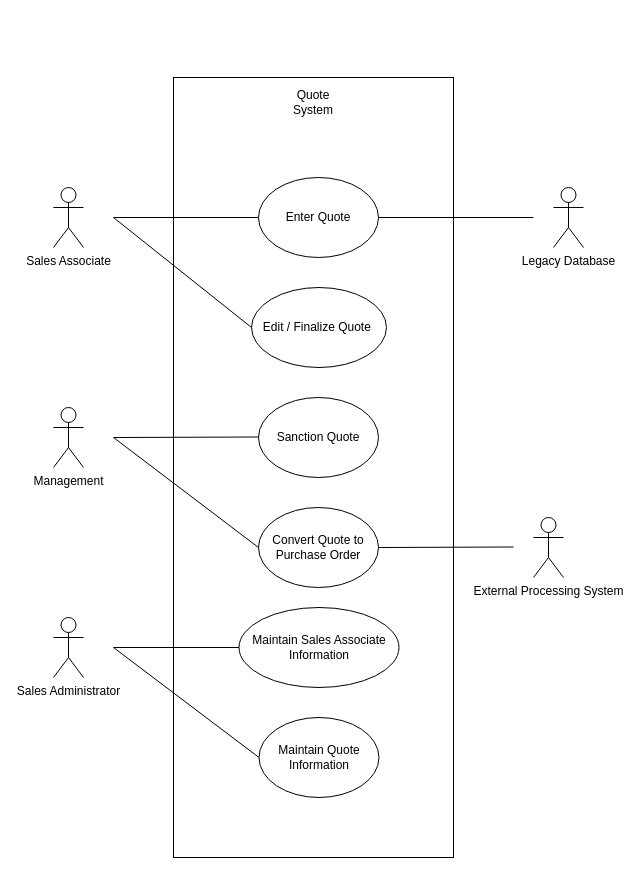
Earlier version of the draw.io diagram docs/usecasediagram.drawio (helloalexpeterson/467-Quote-Project). Source tidied: cells renumbered, new cells numbered last; positions are measured from the earlier drawing's top-left corner, leaving out a move shared by most shapes. Both pictures are drawn from the tidied source at 100%, with x=0, y=0 at pixel (53, 77).
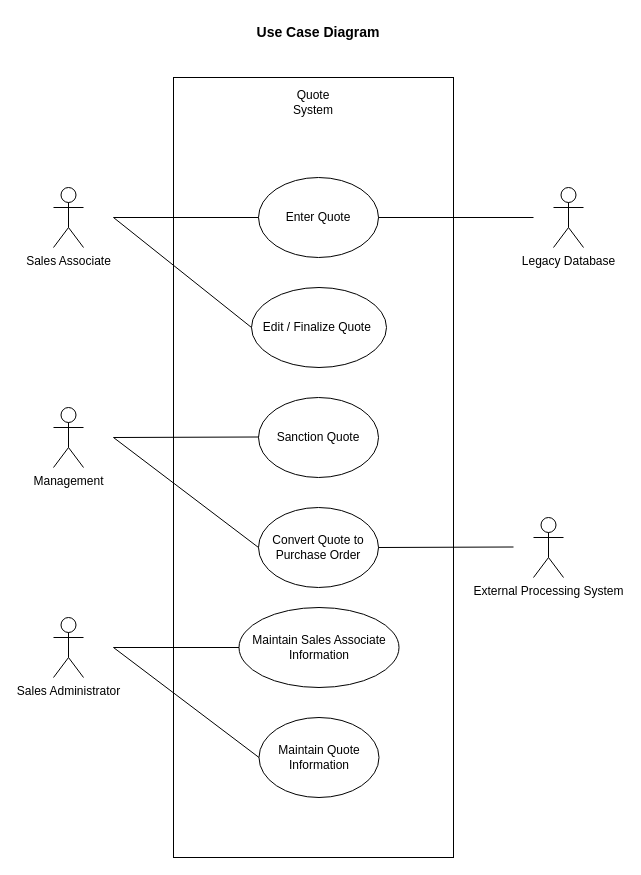
After the change.

What changed in the source:
```diff
@@
+    <mxCell id="23" value="&lt;b&gt;&lt;font style=&quot;font-size: 14px;&quot;&gt;Use Case Diagram&lt;/font&gt;&lt;/b&gt;" style="text;html=1;strokeColor=none;fillColor=none;align=center;verticalAlign=middle;whiteSpace=wrap;rounded=0;" parent="1" vertex="1">
+      <mxGeometry x="185" y="-60" width="160" height="30" as="geometry" />
+    </mxCell>
```
